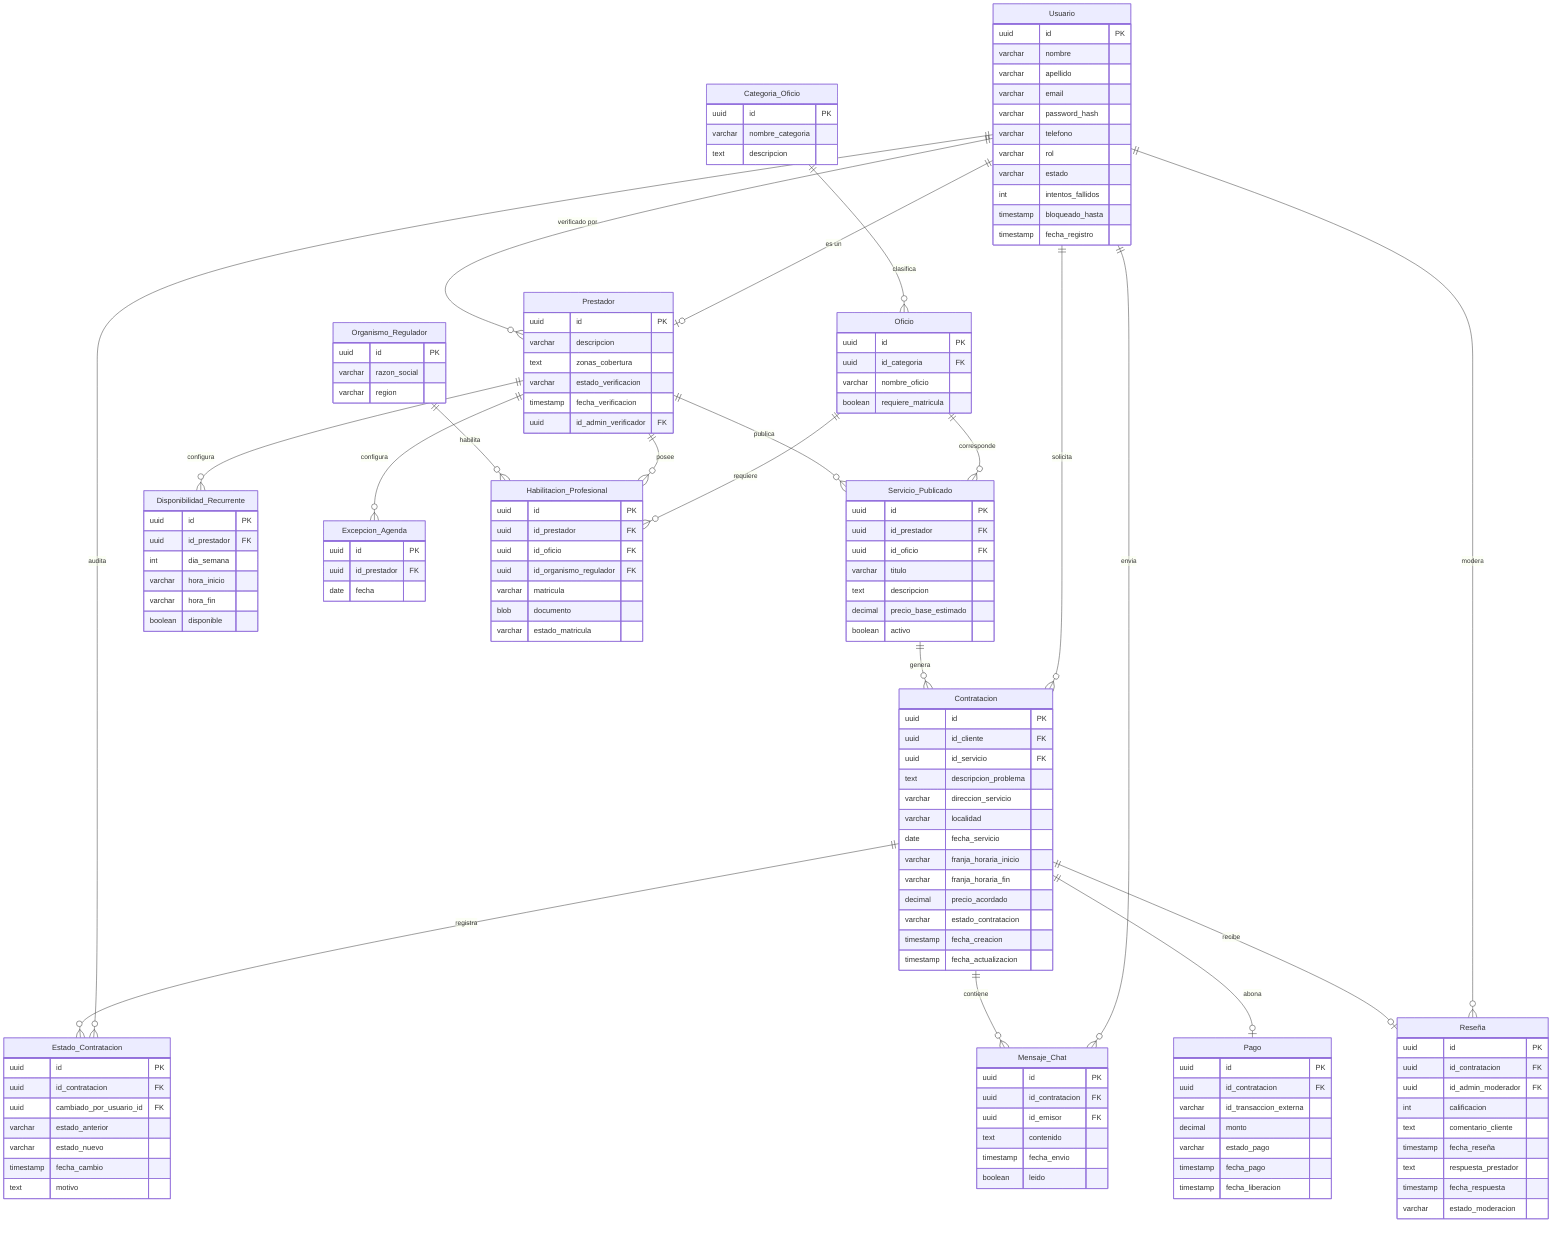
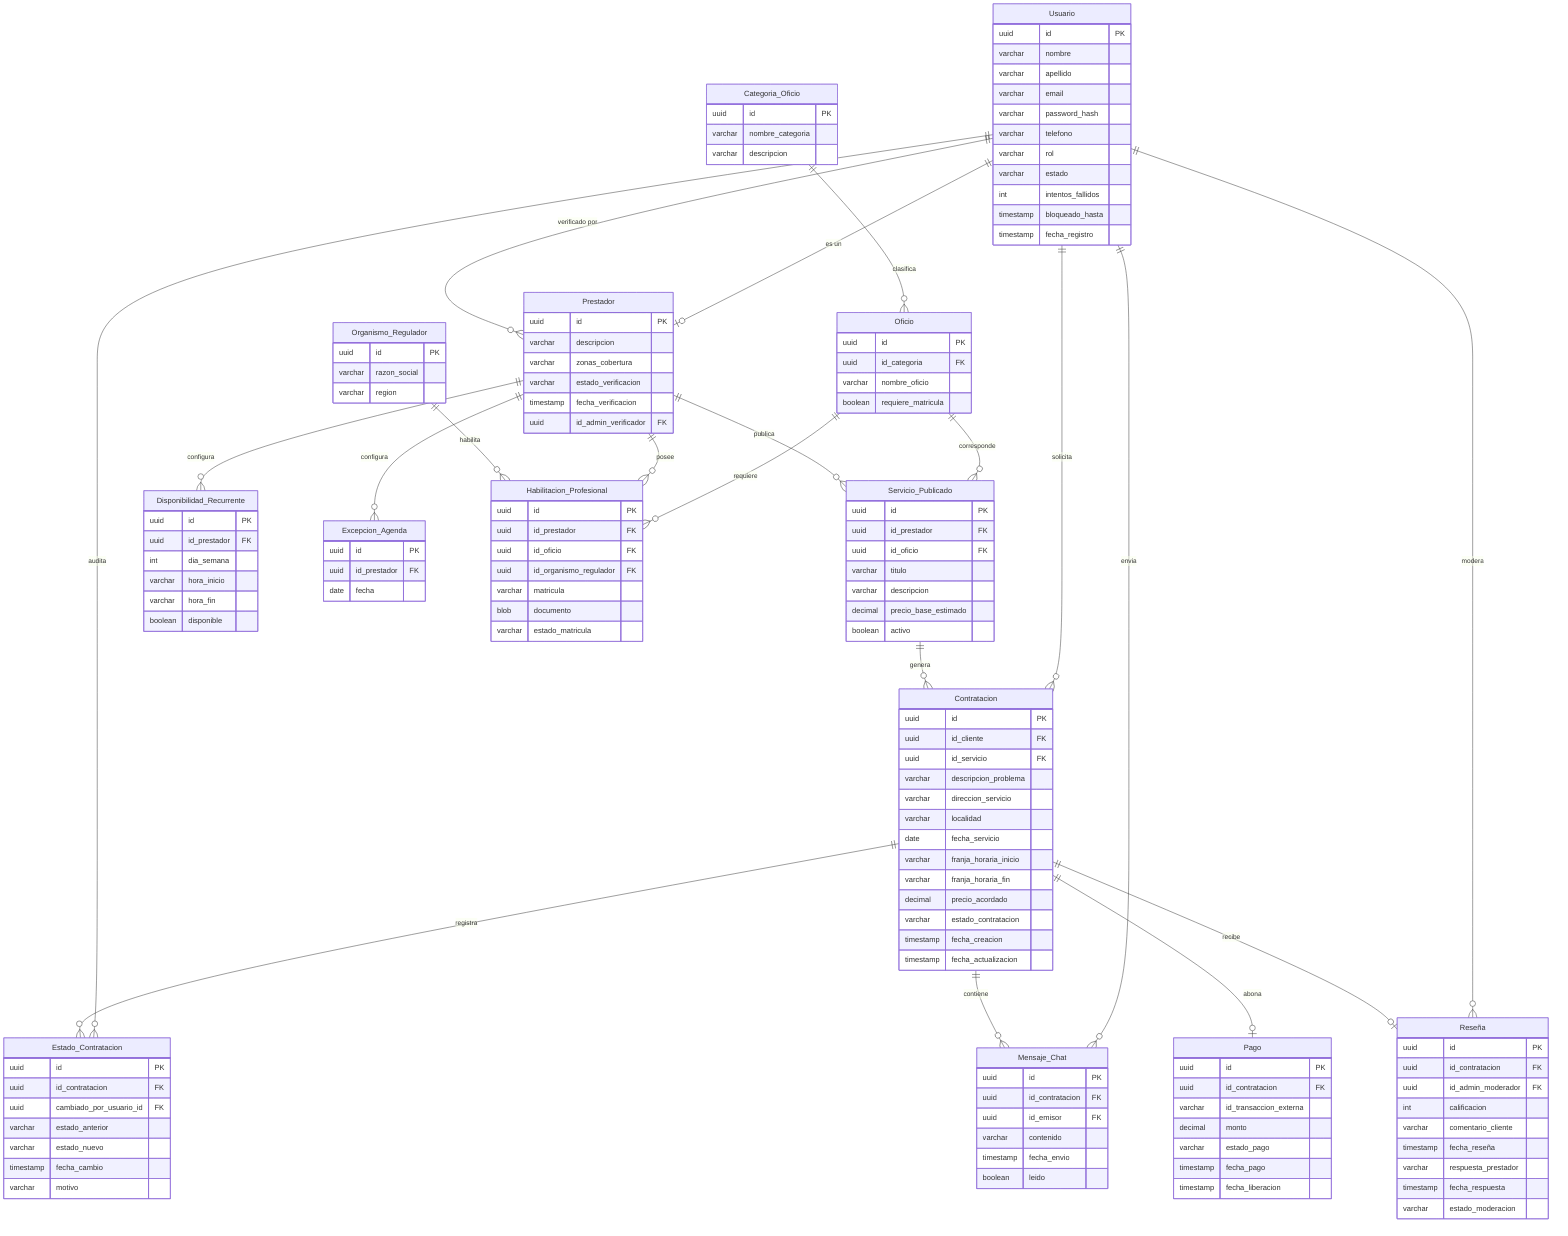
erDiagram
    Usuario {
        uuid id PK
        varchar nombre
        varchar apellido
        varchar email
        varchar password_hash
        varchar telefono
        varchar rol
        varchar estado
        int intentos_fallidos
        timestamp bloqueado_hasta
        timestamp fecha_registro
    }

    Prestador {
        uuid id PK
        varchar descripcion
-         text zonas_cobertura
+         varchar zonas_cobertura
        varchar estado_verificacion
        timestamp fecha_verificacion
        uuid id_admin_verificador FK
    }

    Categoria_Oficio {
        uuid id PK
        varchar nombre_categoria
-         text descripcion
+         varchar descripcion
    }

    Oficio {
        uuid id PK
        uuid id_categoria FK
        varchar nombre_oficio
        boolean requiere_matricula
    }

    Servicio_Publicado {
        uuid id PK
        uuid id_prestador FK
        uuid id_oficio FK
        varchar titulo
-         text descripcion
+         varchar descripcion
        decimal precio_base_estimado
        boolean activo
    }

    Disponibilidad_Recurrente {
        uuid id PK
        uuid id_prestador FK
        int dia_semana
        varchar hora_inicio
        varchar hora_fin
        boolean disponible
    }

    Excepcion_Agenda {
        uuid id PK
        uuid id_prestador FK
        date fecha
    }

    Organismo_Regulador {
        uuid id PK
        varchar razon_social
        varchar region
    }

    Habilitacion_Profesional {
        uuid id PK
        uuid id_prestador FK
        uuid id_oficio FK
        uuid id_organismo_regulador FK
        varchar matricula
        blob documento
        varchar estado_matricula
    }

    Contratacion {
        uuid id PK
        uuid id_cliente FK
        uuid id_servicio FK
-         text descripcion_problema
+         varchar descripcion_problema
        varchar direccion_servicio
        varchar localidad
        date fecha_servicio
        varchar franja_horaria_inicio
        varchar franja_horaria_fin
        decimal precio_acordado
        varchar estado_contratacion
        timestamp fecha_creacion
        timestamp fecha_actualizacion
    }

    Estado_Contratacion {
        uuid id PK
        uuid id_contratacion FK
        uuid cambiado_por_usuario_id FK
        varchar estado_anterior
        varchar estado_nuevo
        timestamp fecha_cambio
-         text motivo
+         varchar motivo
    }

    Mensaje_Chat {
        uuid id PK
        uuid id_contratacion FK
        uuid id_emisor FK
-         text contenido
+         varchar contenido
        timestamp fecha_envio
        boolean leido
    }

    Pago {
        uuid id PK
        uuid id_contratacion FK
        varchar id_transaccion_externa
        decimal monto
        varchar estado_pago
        timestamp fecha_pago
        timestamp fecha_liberacion
    }

    Reseña {
        uuid id PK
        uuid id_contratacion FK
        uuid id_admin_moderador FK
        int calificacion
-         text comentario_cliente
+         varchar comentario_cliente
        timestamp fecha_reseña
-         text respuesta_prestador
+         varchar respuesta_prestador
        timestamp fecha_respuesta
        varchar estado_moderacion
    }


    Usuario ||--o| Prestador : "es un"
    Usuario ||--o{ Estado_Contratacion : "audita"
    Usuario ||--o{ Mensaje_Chat : "envia"
    Usuario ||--o{ Reseña : "modera"
    Prestador }o--|| Usuario : "verificado por"
    Categoria_Oficio ||--o{ Oficio : "clasifica"
    Oficio ||--o{ Habilitacion_Profesional : "requiere"
    Oficio ||--o{ Servicio_Publicado : "corresponde"
    Prestador ||--o{ Servicio_Publicado : "publica"
    Prestador ||--o{ Disponibilidad_Recurrente : "configura"
    Prestador ||--o{ Excepcion_Agenda : "configura"
    Prestador ||--o{ Habilitacion_Profesional : "posee"
    Usuario ||--o{ Contratacion : "solicita"
    Servicio_Publicado ||--o{ Contratacion : "genera"
    Contratacion ||--o{ Estado_Contratacion : "registra"
    Contratacion ||--o{ Mensaje_Chat : "contiene"
    Contratacion ||--o| Pago : "abona"
    Contratacion ||--o| Reseña : "recibe"
    Organismo_Regulador ||--o{ Habilitacion_Profesional : "habilita"